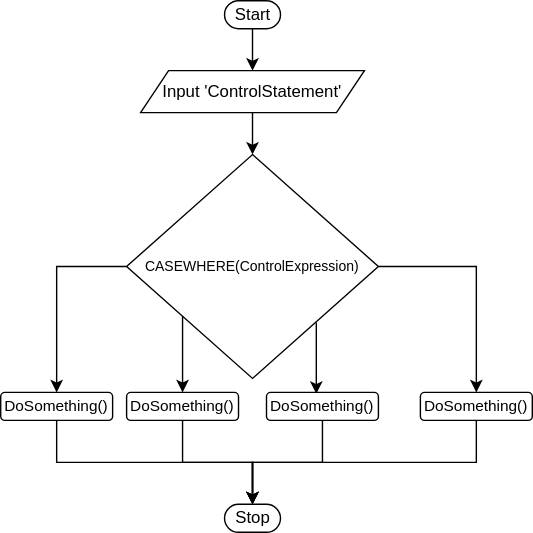
Earlier version of the draw.io export 3multiway/drawio/multiway1.drawio.svg (amydevs/php-assignments). Source tidied: cells renumbered, new cells last; positions are measured from the earlier drawing's top-left corner, leaving out a move shared by most shapes.
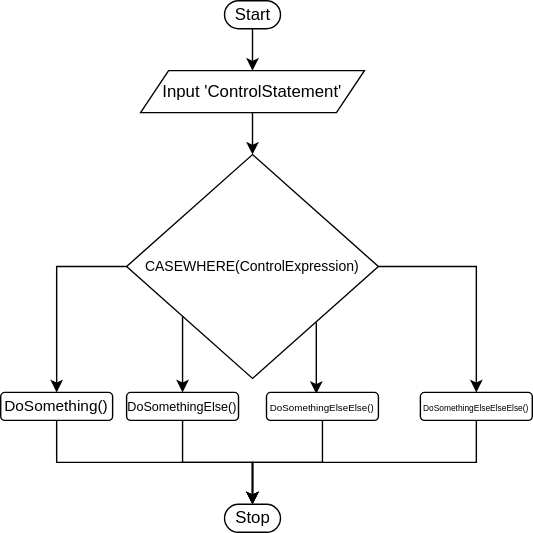
Later version of the same file.

What changed in the source:
```diff
@@ -42,7 +42,7 @@
         <mxPoint x="180" y="360" as="targetPoint" />
       </mxGeometry>
     </mxCell>
-    <mxCell id="13" value="&lt;font style=&quot;font-size: 11px&quot;&gt;DoSomething()&lt;/font&gt;" style="rounded=1;whiteSpace=wrap;html=1;" parent="1" vertex="1">
+    <mxCell id="13" value="&lt;font style=&quot;font-size: 9px&quot;&gt;DoSomethingElse()&lt;/font&gt;" style="rounded=1;whiteSpace=wrap;html=1;" parent="1" vertex="1">
       <mxGeometry x="90" y="280" width="80" height="20" as="geometry" />
     </mxCell>
     <mxCell id="14" style="edgeStyle=orthogonalEdgeStyle;rounded=0;jettySize=auto;html=1;exitX=0.5;exitY=1;exitDx=0;exitDy=0;" parent="1" edge="1" source="15">
@@ -50,7 +50,7 @@
         <mxPoint x="180" y="360" as="targetPoint" />
       </mxGeometry>
     </mxCell>
-    <mxCell id="15" value="&lt;font style=&quot;font-size: 11px&quot;&gt;DoSomething()&lt;/font&gt;" style="rounded=1;whiteSpace=wrap;html=1;" parent="1" vertex="1">
+    <mxCell id="15" value="&lt;font style=&quot;font-size: 7px&quot;&gt;DoSomethingElseElse()&lt;/font&gt;" style="rounded=1;whiteSpace=wrap;html=1;" parent="1" vertex="1">
       <mxGeometry x="190" y="280" width="80" height="20" as="geometry" />
     </mxCell>
     <mxCell id="16" style="edgeStyle=orthogonalEdgeStyle;rounded=0;jettySize=auto;html=1;exitX=0.5;exitY=1;exitDx=0;exitDy=0;" parent="1" edge="1" source="17">
@@ -58,7 +58,7 @@
         <mxPoint x="180" y="360" as="targetPoint" />
       </mxGeometry>
     </mxCell>
-    <mxCell id="17" value="&lt;font style=&quot;font-size: 11px&quot;&gt;DoSomething()&lt;/font&gt;" style="rounded=1;whiteSpace=wrap;html=1;" parent="1" vertex="1">
+    <mxCell id="17" value="&lt;font style=&quot;font-size: 6px&quot;&gt;DoSomethingElseElseElse()&lt;/font&gt;" style="rounded=1;whiteSpace=wrap;html=1;" parent="1" vertex="1">
       <mxGeometry x="300" y="280" width="80" height="20" as="geometry" />
     </mxCell>
     <mxCell id="18" value="Stop" style="html=1;dashed=0;whitespace=wrap;shape=mxgraph.dfd.start;" parent="1" vertex="1">
```
